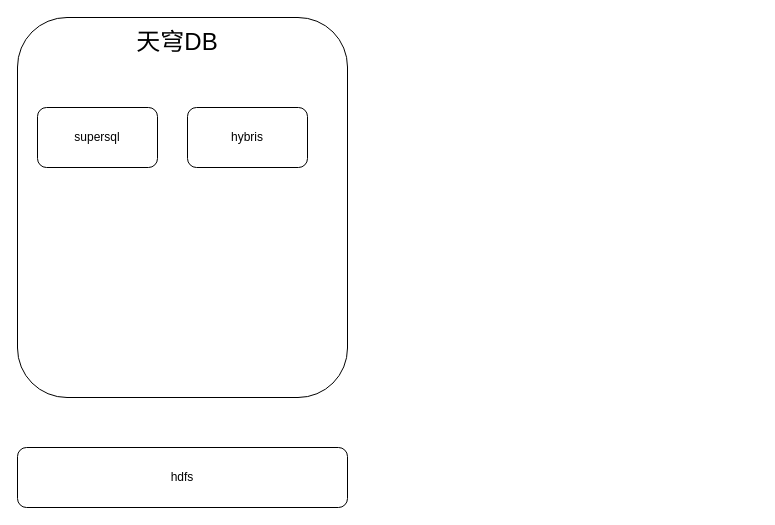
yuhuali1989/ui keeps this draw.io diagram as 天穹db.drawio. Above is the earlier version. Source tidied: cells renumbered, new cells numbered last; positions are measured from the earlier drawing's top-left corner, leaving out a move shared by most shapes. Both pictures are drawn from the tidied source at 100%, with x=0, y=0 at pixel (17, 17).
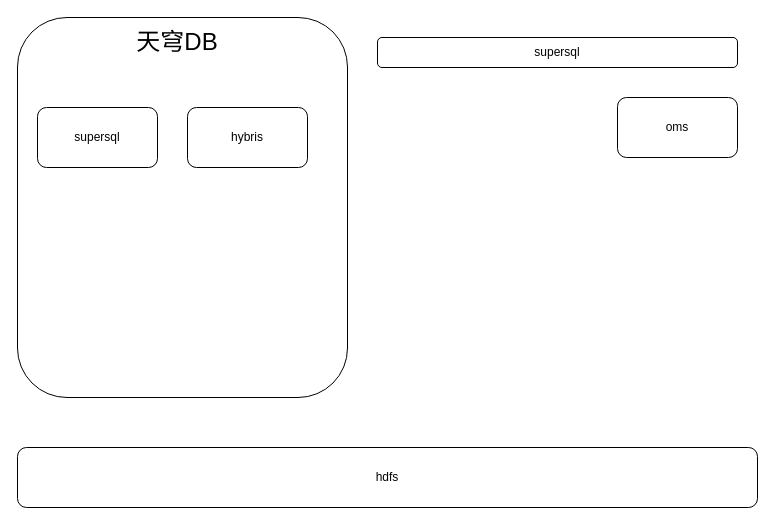
After the change.

The edit, as a diff of the source:
```diff
@@
 <mxGraphModel>
   <root>
     <mxCell id="0" />
     <mxCell id="1" parent="0" />
     <mxCell id="2" style="rounded=1;whiteSpace=wrap;html=1;align=left;" parent="1" vertex="1">
       <mxGeometry width="330" height="380" as="geometry" />
     </mxCell>
     <mxCell id="3" value="&lt;font style=&quot;font-size: 24px;&quot;&gt;天穹DB&lt;/font&gt;" style="text;html=1;strokeColor=none;fillColor=none;align=center;verticalAlign=middle;whiteSpace=wrap;rounded=0;" parent="1" vertex="1">
       <mxGeometry x="100" width="120" height="50" as="geometry" />
     </mxCell>
     <mxCell id="4" value="hybris" style="rounded=1;whiteSpace=wrap;html=1;" parent="1" vertex="1">
       <mxGeometry x="170" y="90" width="120" height="60" as="geometry" />
     </mxCell>
     <mxCell id="5" value="supersql" style="rounded=1;whiteSpace=wrap;html=1;" parent="1" vertex="1">
       <mxGeometry x="20" y="90" width="120" height="60" as="geometry" />
     </mxCell>
     <mxCell id="6" value="hdfs" style="rounded=1;whiteSpace=wrap;html=1;" parent="1" vertex="1">
-      <mxGeometry y="430" width="330" height="60" as="geometry" />
+      <mxGeometry y="430" width="740" height="60" as="geometry" />
     </mxCell>
+    <mxCell id="7" value="oms" style="rounded=1;whiteSpace=wrap;html=1;" parent="1" vertex="1">
+      <mxGeometry x="600" y="80" width="120" height="60" as="geometry" />
+    </mxCell>
+    <mxCell id="8" value="supersql" style="rounded=1;whiteSpace=wrap;html=1;" parent="1" vertex="1">
+      <mxGeometry x="360" y="20" width="360" height="30" as="geometry" />
+    </mxCell>
   </root>
 </mxGraphModel>
```
